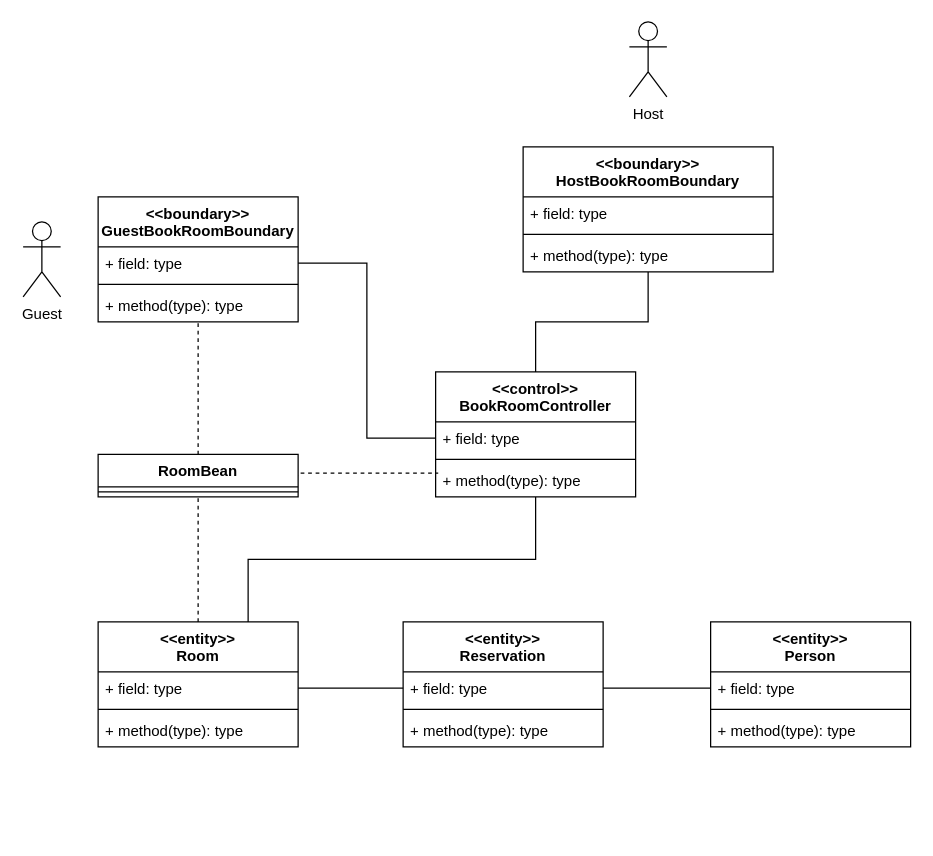
Before: Docs/VoPC/VoPC BookRoom.drawio in nic-agos/DoveStudi, a draw.io diagram. Source tidied: cells renumbered, new cells numbered last; positions are measured from the earlier drawing's top-left corner, leaving out a move shared by most shapes. Both pictures are drawn from the tidied source at 125%, with x=0, y=0 at pixel (22, 21).
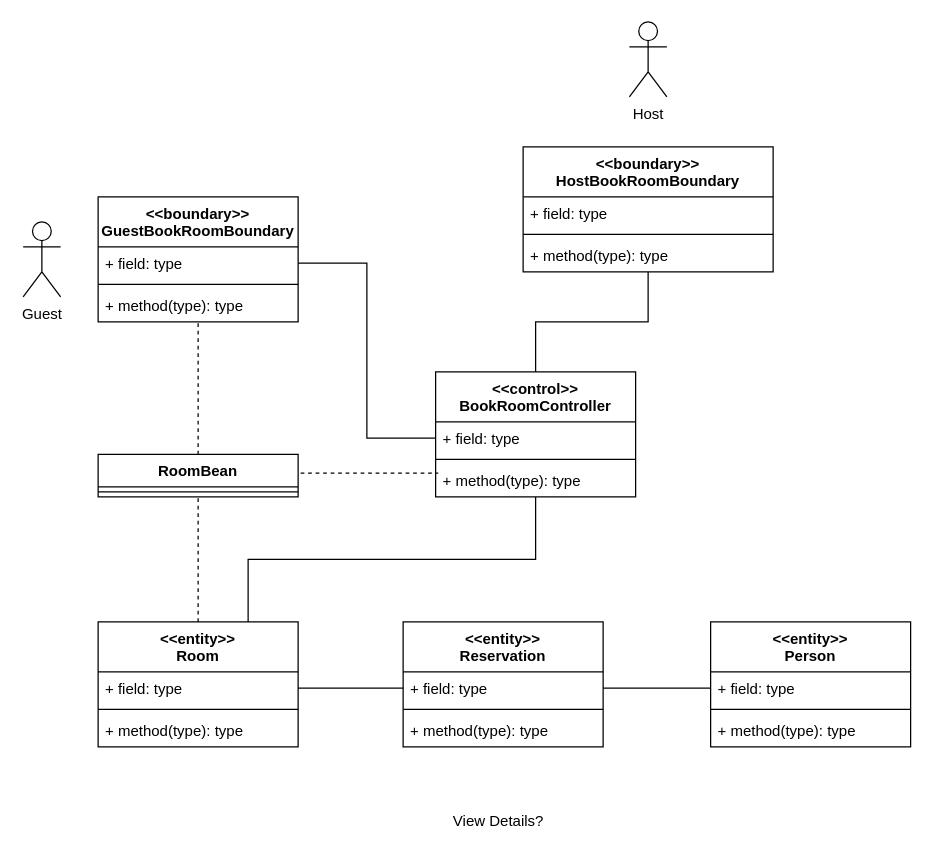
Above is the later version.

Commit message:
view details?

What changed in the source:
```diff
@@
+    <mxCell id="38" value="View Details?&lt;br&gt;" style="text;html=1;align=center;verticalAlign=middle;" parent="1" vertex="1">
+      <mxGeometry x="335" y="630" width="90" height="20" as="geometry" />
+    </mxCell>
```
